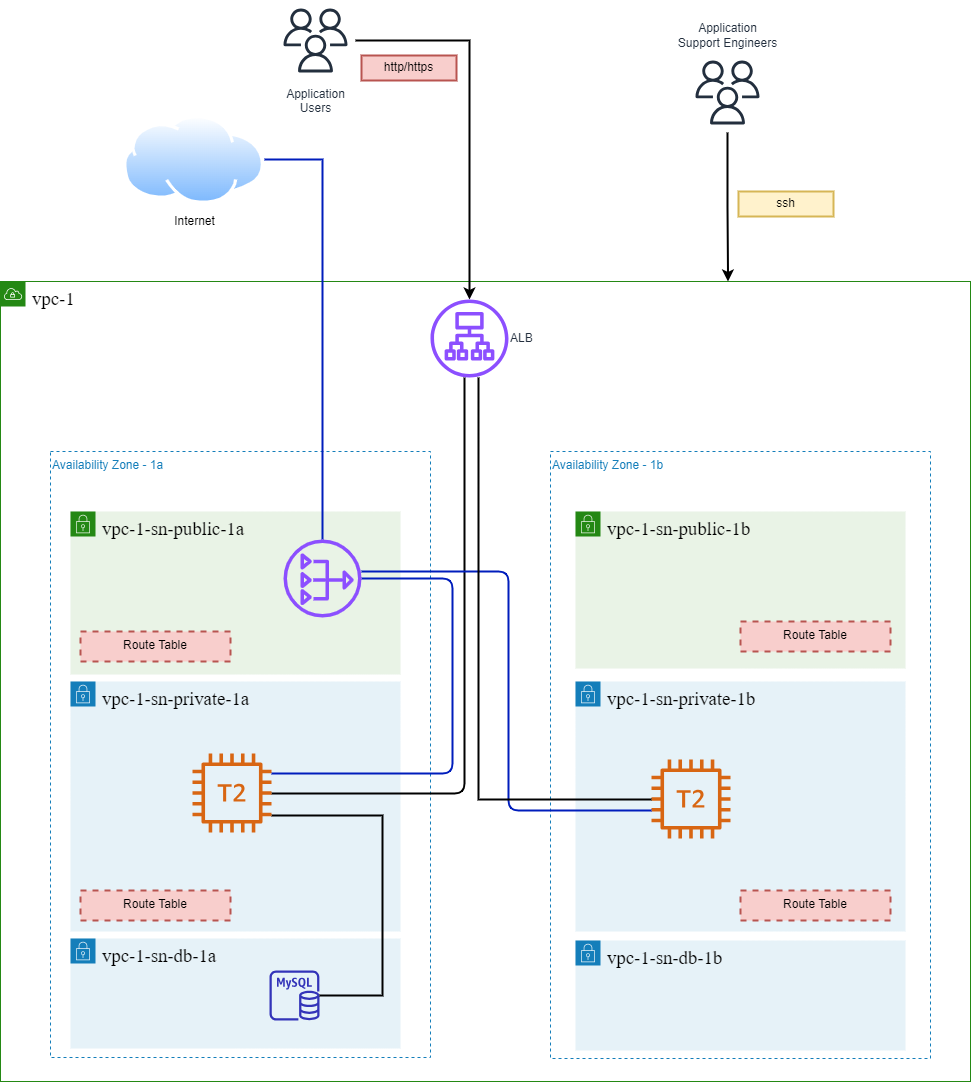
Earlier version of the draw.io export images/aws-lab-solution_part_1.png (lalindrait/implementing-solutions-aws). Source tidied: cells renumbered, new cells last; positions are measured from the earlier drawing's top-left corner, leaving out a move shared by most shapes.
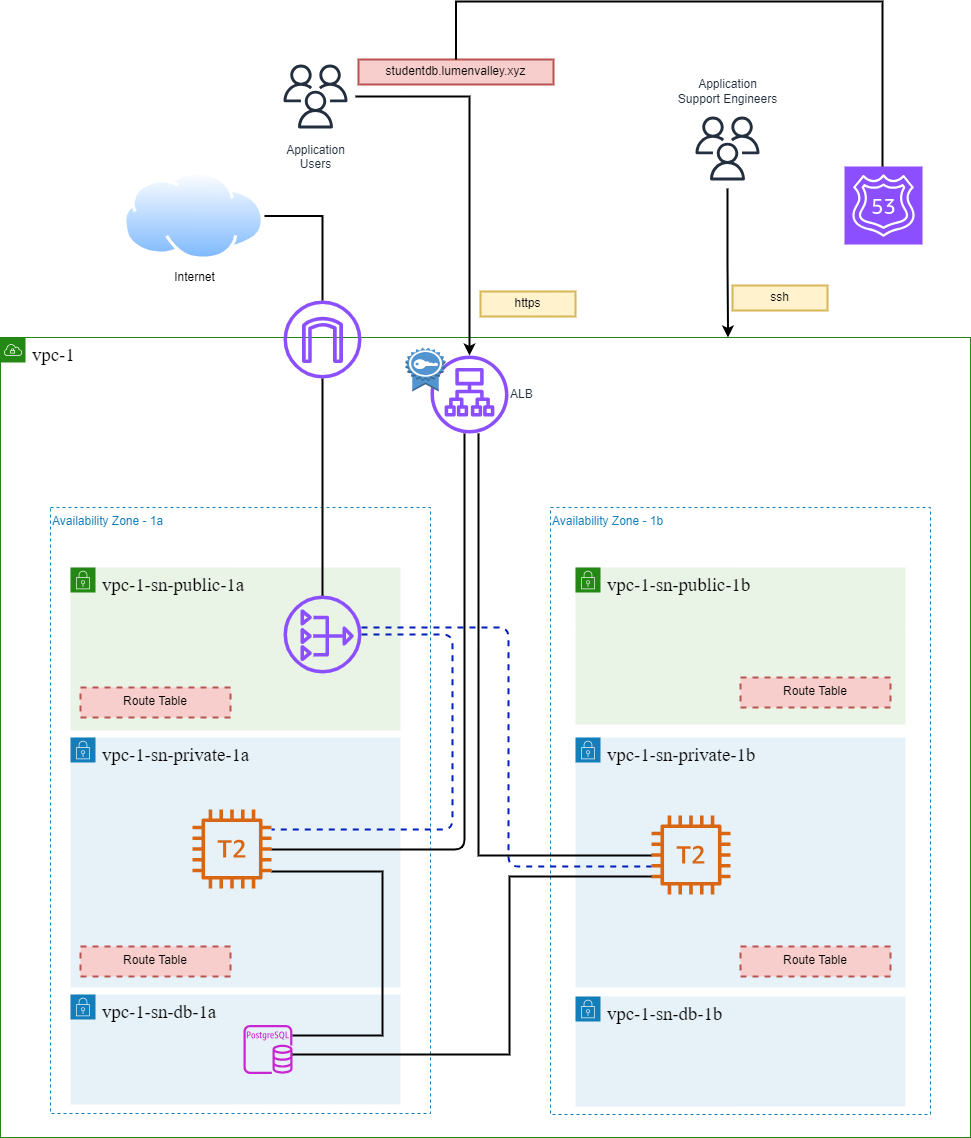
The same diagram one commit later.

The edit, as a diff of the source:
```diff
@@ -48,7 +48,7 @@
     <mxCell id="15" value="Route Table" style="fontStyle=0;verticalAlign=middle;align=center;spacingTop=-2;fillColor=#f8cecc;rounded=0;whiteSpace=wrap;html=1;strokeColor=#b85450;strokeWidth=2;dashed=1;rotation=0;labelBackgroundColor=none;" parent="1" vertex="1">
       <mxGeometry x="740" y="621" width="150" height="30" as="geometry" />
     </mxCell>
-    <mxCell id="16" style="endArrow=none;html=1;strokeWidth=2;edgeStyle=orthogonalEdgeStyle;startArrow=none;startFill=0;endFill=0;fillColor=#0050ef;strokeColor=#001DBC;" parent="1" edge="1" source="31" target="29">
+    <mxCell id="16" style="endArrow=none;html=1;strokeWidth=2;edgeStyle=orthogonalEdgeStyle;startArrow=none;startFill=0;endFill=0;fillColor=#0050ef;strokeColor=#001DBC;dashed=1;" parent="1" edge="1" source="31" target="29">
       <mxGeometry relative="1" as="geometry">
         <Array as="points">
           <mxPoint x="452" y="578" />
@@ -56,7 +56,7 @@
         </Array>
       </mxGeometry>
     </mxCell>
-    <mxCell id="17" style="endArrow=none;html=1;strokeWidth=2;edgeStyle=orthogonalEdgeStyle;startArrow=none;startFill=0;endFill=0;fillColor=#0050ef;strokeColor=#001DBC;" parent="1" edge="1" source="31" target="9">
+    <mxCell id="17" style="endArrow=none;html=1;strokeWidth=2;edgeStyle=orthogonalEdgeStyle;startArrow=none;startFill=0;endFill=0;fillColor=#0050ef;strokeColor=#001DBC;dashed=1;" parent="1" edge="1" source="31" target="9">
       <mxGeometry relative="1" as="geometry">
         <Array as="points">
           <mxPoint x="508" y="571" />
@@ -73,19 +73,16 @@
     <mxCell id="20" value="&lt;span style=&quot;font-size: 14.0pt ; font-family: &amp;quot;amazon ember&amp;quot; ; color: black&quot;&gt;vpc-1-sn-db-1b&lt;br&gt;&lt;/span&gt;&lt;span style=&quot;font-size: 14.0pt ; font-family: &amp;quot;amazon ember&amp;quot; ; color: black&quot;&gt;&lt;br&gt;&lt;/span&gt;" style="gradientColor=none;html=1;whiteSpace=wrap;fontSize=12;fontStyle=0;shape=mxgraph.aws4.group;grIcon=mxgraph.aws4.group_security_group;grStroke=0;strokeColor=#147EBA;fillColor=#E6F2F8;verticalAlign=top;align=left;spacingLeft=30;fontColor=#147EBA;dashed=0;" parent="1" vertex="1">
       <mxGeometry x="575" y="940" width="330" height="110" as="geometry" />
     </mxCell>
-    <mxCell id="21" style="outlineConnect=0;fontColor=#232F3E;gradientColor=none;fillColor=#3334B9;strokeColor=none;dashed=0;verticalLabelPosition=bottom;verticalAlign=top;align=center;html=1;fontSize=12;fontStyle=0;shape=mxgraph.aws4.rds_mysql_instance;labelBackgroundColor=none;" parent="1" vertex="1">
-      <mxGeometry x="269" y="970" width="50" height="50" as="geometry" />
-    </mxCell>
-    <mxCell id="22" style="edgeStyle=orthogonalEdgeStyle;rounded=0;jettySize=auto;html=1;startArrow=none;startFill=0;endArrow=none;endFill=0;strokeWidth=2;" parent="1" edge="1" source="21" target="29">
+    <mxCell id="22" style="edgeStyle=orthogonalEdgeStyle;rounded=0;jettySize=auto;html=1;startArrow=none;startFill=0;endArrow=none;endFill=0;strokeWidth=2;" parent="1" edge="1" source="34" target="29">
       <mxGeometry relative="1" as="geometry">
         <Array as="points">
-          <mxPoint x="382" y="995" />
+          <mxPoint x="382" y="979" />
           <mxPoint x="382" y="815" />
         </Array>
       </mxGeometry>
     </mxCell>
-    <mxCell id="23" value="http/https" style="fontStyle=0;verticalAlign=middle;align=center;spacingTop=-2;fillColor=#f8cecc;rounded=0;whiteSpace=wrap;html=1;strokeColor=#b85450;strokeWidth=2;rotation=0;labelBackgroundColor=none;" parent="1" vertex="1">
-      <mxGeometry x="361" y="55" width="95" height="25" as="geometry" />
+    <mxCell id="23" value="https" style="fontStyle=0;verticalAlign=middle;align=center;spacingTop=-2;fillColor=#fff2cc;rounded=0;whiteSpace=wrap;html=1;strokeColor=#d6b656;strokeWidth=2;rotation=0;labelBackgroundColor=none;" parent="1" vertex="1">
+      <mxGeometry x="480" y="235" width="95" height="25" as="geometry" />
     </mxCell>
     <mxCell id="24" style="edgeStyle=orthogonalEdgeStyle;rounded=0;jettySize=auto;html=1;entryX=0.75;entryY=0;entryDx=0;entryDy=0;strokeWidth=2;" parent="1" edge="1" source="25" target="2">
       <mxGeometry relative="1" as="geometry" />
@@ -94,7 +91,7 @@
       <mxGeometry x="687" y="52" width="80" height="80" as="geometry" />
     </mxCell>
     <mxCell id="26" value="ssh" style="fontStyle=0;verticalAlign=middle;align=center;spacingTop=-2;fillColor=#fff2cc;rounded=0;whiteSpace=wrap;html=1;strokeColor=#d6b656;strokeWidth=2;rotation=0;labelBackgroundColor=none;" parent="1" vertex="1">
-      <mxGeometry x="738" y="191" width="95" height="25" as="geometry" />
+      <mxGeometry x="732" y="229" width="95" height="25" as="geometry" />
     </mxCell>
     <mxCell id="27" style="edgeStyle=orthogonalEdgeStyle;rounded=0;jettySize=auto;html=1;strokeWidth=2;endArrow=none;endFill=0;" parent="1" edge="1" source="28" target="9">
       <mxGeometry relative="1" as="geometry">
@@ -109,18 +106,48 @@
     <mxCell id="29" value="&lt;span style=&quot;color: rgba(0 , 0 , 0 , 0) ; font-family: monospace ; font-size: 0px&quot;&gt;%3CmxGraphModel%3E%3Croot%3E%3CmxCell%20id%3D%220%22%2F%3E%3CmxCell%20id%3D%221%22%20parent%3D%220%22%2F%3E%3CmxCell%20id%3D%222%22%20value%3D%22cms-web-01%22%20style%3D%22outlineConnect%3D0%3BfontColor%3D%23232F3E%3BgradientColor%3Dnone%3BfillColor%3D%23D86613%3BstrokeColor%3Dnone%3Bdashed%3D0%3BverticalLabelPosition%3Dbottom%3BverticalAlign%3Dtop%3Balign%3Dcenter%3Bhtml%3D1%3BfontSize%3D12%3BfontStyle%3D0%3Baspect%3Dfixed%3BpointerEvents%3D1%3Bshape%3Dmxgraph.aws4.t2_instance%3BfontFamily%3DVerdana%3B%22%20vertex%3D%221%22%20parent%3D%221%22%3E%3CmxGeometry%20x%3D%22269%22%20y%3D%22834%22%20width%3D%2233%22%20height%3D%2233%22%20as%3D%22geometry%22%2F%3E%3C%2FmxCell%3E%3C%2Froot%3E%3C%2FmxGraphModel%3E&lt;/span&gt;" style="outlineConnect=0;fontColor=#232F3E;gradientColor=none;fillColor=#D86613;strokeColor=none;dashed=0;verticalLabelPosition=bottom;verticalAlign=top;align=center;html=1;fontSize=12;fontStyle=0;shape=mxgraph.aws4.t2_instance;fontFamily=Verdana;" parent="1" vertex="1">
       <mxGeometry x="192" y="753" width="79" height="79" as="geometry" />
     </mxCell>
-    <mxCell id="30" style="edgeStyle=orthogonalEdgeStyle;rounded=0;jettySize=auto;html=1;strokeWidth=2;startArrow=none;startFill=0;endArrow=none;endFill=0;fillColor=#0050ef;strokeColor=#001DBC;" parent="1" edge="1" source="31" target="32">
-      <mxGeometry relative="1" as="geometry">
-        <Array as="points">
-          <mxPoint x="322" y="159" />
-        </Array>
-      </mxGeometry>
-    </mxCell>
     <mxCell id="31" style="sketch=0;outlineConnect=0;fontColor=#232F3E;gradientColor=none;fillColor=#8C4FFF;strokeColor=none;dashed=0;verticalLabelPosition=bottom;verticalAlign=top;align=center;html=1;fontSize=12;fontStyle=0;shape=mxgraph.aws4.nat_gateway;" parent="1" vertex="1">
       <mxGeometry x="283" y="539" width="78" height="78" as="geometry" />
     </mxCell>
+    <mxCell id="33" style="edgeStyle=orthogonalEdgeStyle;rounded=0;jettySize=auto;html=1;endArrow=none;endFill=0;strokeWidth=2;" parent="1" edge="1" source="32" target="37">
+      <mxGeometry relative="1" as="geometry" />
+    </mxCell>
     <mxCell id="32" value="Internet" style="image;perimeter=ellipsePerimeter;html=1;align=center;shadow=0;dashed=0;spacingTop=3;image=img/lib/active_directory/internet_cloud.svg;" parent="1" vertex="1">
       <mxGeometry x="123" y="115" width="141" height="88.8" as="geometry" />
     </mxCell>
+    <mxCell id="34" style="sketch=0;outlineConnect=0;fontColor=#232F3E;gradientColor=none;fillColor=#C925D1;strokeColor=none;dashed=0;verticalLabelPosition=bottom;verticalAlign=top;align=center;html=1;fontSize=12;fontStyle=0;shape=mxgraph.aws4.rds_postgresql_instance;" parent="1" vertex="1">
+      <mxGeometry x="243" y="968.5" width="49" height="49" as="geometry" />
+    </mxCell>
+    <mxCell id="35" style="edgeStyle=orthogonalEdgeStyle;rounded=0;jettySize=auto;html=1;endArrow=none;endFill=0;strokeWidth=2;" parent="1" edge="1" source="9" target="34">
+      <mxGeometry relative="1" as="geometry">
+        <Array as="points">
+          <mxPoint x="509" y="820" />
+          <mxPoint x="509" y="998" />
+        </Array>
+      </mxGeometry>
+    </mxCell>
+    <mxCell id="36" style="edgeStyle=orthogonalEdgeStyle;rounded=0;jettySize=auto;html=1;endArrow=none;endFill=0;strokeWidth=2;" parent="1" edge="1" source="37" target="31">
+      <mxGeometry relative="1" as="geometry" />
+    </mxCell>
+    <mxCell id="37" style="sketch=0;outlineConnect=0;fontColor=#232F3E;gradientColor=none;fillColor=#8C4FFF;strokeColor=none;dashed=0;verticalLabelPosition=bottom;verticalAlign=top;align=center;html=1;fontSize=12;fontStyle=0;shape=mxgraph.aws4.internet_gateway;" parent="1" vertex="1">
+      <mxGeometry x="283" y="244" width="78" height="78" as="geometry" />
+    </mxCell>
+    <mxCell id="38" style="dashed=0;verticalLabelPosition=bottom;verticalAlign=top;align=center;html=1;shape=mxgraph.aws3.certificate;fillColor=#5294CF;gradientColor=none;fontFamily=Helvetica;fontSize=11;fontColor=default;labelBackgroundColor=default;" parent="1" vertex="1">
+      <mxGeometry x="405" y="291" width="40" height="44" as="geometry" />
+    </mxCell>
+    <mxCell id="39" style="sketch=0;points=[[0,0,0],[0.25,0,0],[0.5,0,0],[0.75,0,0],[1,0,0],[0,1,0],[0.25,1,0],[0.5,1,0],[0.75,1,0],[1,1,0],[0,0.25,0],[0,0.5,0],[0,0.75,0],[1,0.25,0],[1,0.5,0],[1,0.75,0]];outlineConnect=0;fontColor=#232F3E;fillColor=#8C4FFF;strokeColor=#ffffff;dashed=0;verticalLabelPosition=bottom;verticalAlign=top;align=center;html=1;fontSize=12;fontStyle=0;shape=mxgraph.aws4.resourceIcon;resIcon=mxgraph.aws4.route_53;fontFamily=Helvetica;labelBackgroundColor=default;" parent="1" vertex="1">
+      <mxGeometry x="844" y="110" width="78" height="78" as="geometry" />
+    </mxCell>
+    <mxCell id="40" value="studentdb.lumenvalley.xyz" style="fontStyle=0;verticalAlign=middle;align=center;spacingTop=-2;fillColor=#f8cecc;rounded=0;whiteSpace=wrap;html=1;strokeColor=#b85450;strokeWidth=2;rotation=0;labelBackgroundColor=none;" parent="1" vertex="1">
+      <mxGeometry x="358" y="3" width="195" height="25" as="geometry" />
+    </mxCell>
+    <mxCell id="41" style="edgeStyle=orthogonalEdgeStyle;rounded=0;jettySize=auto;html=1;entryX=0.5;entryY=0;entryDx=0;entryDy=0;entryPerimeter=0;strokeColor=default;strokeWidth=2;align=center;verticalAlign=middle;fontFamily=Helvetica;fontSize=11;fontColor=default;labelBackgroundColor=default;endArrow=none;endFill=0;" parent="1" edge="1" source="40" target="39">
+      <mxGeometry relative="1" as="geometry">
+        <Array as="points">
+          <mxPoint x="455" y="-55" />
+          <mxPoint x="882" y="-55" />
+        </Array>
+      </mxGeometry>
+    </mxCell>
   </root>
 </mxGraphModel>
```
